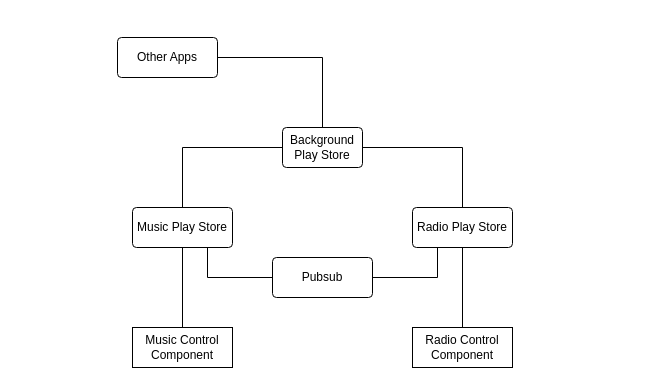
This is Untitled Diagram.drawio from TriTamLe/my-draws, a draw.io file, before an edit. Source tidied: cells renumbered, new cells numbered last; positions are measured from the earlier drawing's top-left corner, leaving out a move shared by most shapes. Both pictures are drawn from the tidied source at 100%, with x=0, y=0 at pixel (117, 37).
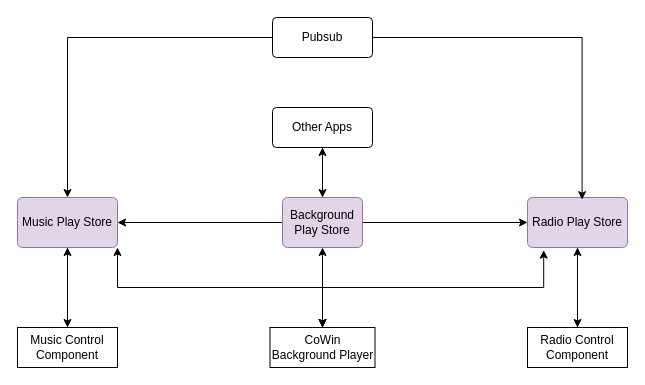
The same page after the edit.

Commit message:
Add cowin background and pubsub entity

What changed in the source:
```diff
@@
-    <mxCell id="2" style="edgeStyle=orthogonalEdgeStyle;rounded=0;jettySize=auto;html=1;entryX=0;entryY=0.5;entryDx=0;entryDy=0;endArrow=none;startFill=0;" parent="1" edge="1" source="3" target="6">
-      <mxGeometry relative="1" as="geometry">
-        <Array as="points">
-          <mxPoint x="65" y="110" />
-        </Array>
-      </mxGeometry>
-    </mxCell>
+    <mxCell id="16" style="edgeStyle=orthogonalEdgeStyle;rounded=0;jettySize=auto;html=1;" parent="1" edge="1" source="3" target="8">
+      <mxGeometry relative="1" as="geometry" />
+    </mxCell>
-    <mxCell id="3" value="Music Play Store" style="rounded=1;arcSize=10;whiteSpace=wrap;html=1;align=center;" parent="1" vertex="1">
-      <mxGeometry x="15" y="170" width="100" height="40" as="geometry" />
+    <mxCell id="3" value="Music Play Store" style="rounded=1;arcSize=10;whiteSpace=wrap;html=1;align=center;fillColor=#e1d5e7;strokeColor=#9673a6;" parent="1" vertex="1">
+      <mxGeometry x="-100" y="160" width="100" height="50" as="geometry" />
     </mxCell>
-    <mxCell id="4" style="edgeStyle=orthogonalEdgeStyle;rounded=0;jettySize=auto;html=1;entryX=1;entryY=0.5;entryDx=0;entryDy=0;endArrow=none;startFill=0;" parent="1" edge="1" source="5" target="6">
-      <mxGeometry relative="1" as="geometry">
-        <Array as="points">
-          <mxPoint x="345" y="110" />
-        </Array>
-      </mxGeometry>
-    </mxCell>
+    <mxCell id="17" style="edgeStyle=orthogonalEdgeStyle;rounded=0;jettySize=auto;html=1;" parent="1" edge="1" source="5" target="10">
+      <mxGeometry relative="1" as="geometry" />
+    </mxCell>
-    <mxCell id="5" value="Radio Play Store" style="rounded=1;arcSize=10;whiteSpace=wrap;html=1;align=center;" parent="1" vertex="1">
-      <mxGeometry x="295" y="170" width="100" height="40" as="geometry" />
+    <mxCell id="5" value="Radio Play Store" style="rounded=1;arcSize=10;whiteSpace=wrap;html=1;align=center;fillColor=#e1d5e7;strokeColor=#9673a6;" parent="1" vertex="1">
+      <mxGeometry x="410" y="160" width="100" height="50" as="geometry" />
     </mxCell>
+    <mxCell id="18" style="edgeStyle=orthogonalEdgeStyle;rounded=0;jettySize=auto;html=1;entryX=1;entryY=0.5;entryDx=0;entryDy=0;" parent="1" edge="1" source="6" target="3">
+      <mxGeometry relative="1" as="geometry" />
+    </mxCell>
+    <mxCell id="19" style="edgeStyle=orthogonalEdgeStyle;rounded=0;jettySize=auto;html=1;" parent="1" edge="1" source="6" target="5">
+      <mxGeometry relative="1" as="geometry" />
+    </mxCell>
+    <mxCell id="20" style="edgeStyle=orthogonalEdgeStyle;rounded=0;jettySize=auto;html=1;entryX=0.5;entryY=1;entryDx=0;entryDy=0;" parent="1" edge="1" source="6" target="12">
+      <mxGeometry relative="1" as="geometry" />
+    </mxCell>
-    <mxCell id="6" value="Background Play Store" style="rounded=1;arcSize=10;whiteSpace=wrap;html=1;align=center;" parent="1" vertex="1">
-      <mxGeometry x="165" y="90" width="80" height="40" as="geometry" />
+    <mxCell id="6" value="Background Play Store" style="rounded=1;arcSize=10;whiteSpace=wrap;html=1;align=center;fillColor=#e1d5e7;strokeColor=#9673a6;" parent="1" vertex="1">
+      <mxGeometry x="165" y="160" width="80" height="50" as="geometry" />
     </mxCell>
-    <mxCell id="7" style="edgeStyle=orthogonalEdgeStyle;rounded=0;jettySize=auto;html=1;entryX=0.5;entryY=1;entryDx=0;entryDy=0;endArrow=none;startFill=0;" parent="1" edge="1" source="8" target="3">
+    <mxCell id="7" style="edgeStyle=orthogonalEdgeStyle;rounded=0;jettySize=auto;html=1;entryX=0.5;entryY=1;entryDx=0;entryDy=0;" parent="1" edge="1" source="8" target="3">
       <mxGeometry relative="1" as="geometry" />
     </mxCell>
     <mxCell id="8" value="Music Control Component" style="whiteSpace=wrap;html=1;align=center;" parent="1" vertex="1">
-      <mxGeometry x="15" y="290" width="100" height="40" as="geometry" />
+      <mxGeometry x="-100" y="290" width="100" height="40" as="geometry" />
     </mxCell>
-    <mxCell id="9" style="edgeStyle=orthogonalEdgeStyle;rounded=0;jettySize=auto;html=1;entryX=0.5;entryY=1;entryDx=0;entryDy=0;endArrow=none;startFill=0;" parent="1" edge="1" source="10" target="5">
+    <mxCell id="9" style="edgeStyle=orthogonalEdgeStyle;rounded=0;jettySize=auto;html=1;entryX=0.5;entryY=1;entryDx=0;entryDy=0;" parent="1" edge="1" source="10" target="5">
       <mxGeometry relative="1" as="geometry" />
     </mxCell>
     <mxCell id="10" value="Radio Control Component" style="whiteSpace=wrap;html=1;align=center;" parent="1" vertex="1">
-      <mxGeometry x="295" y="290" width="100" height="40" as="geometry" />
+      <mxGeometry x="410" y="290" width="100" height="40" as="geometry" />
     </mxCell>
-    <mxCell id="11" style="edgeStyle=orthogonalEdgeStyle;rounded=0;jettySize=auto;html=1;entryX=0.5;entryY=0;entryDx=0;entryDy=0;endArrow=none;startFill=0;" parent="1" edge="1" source="12" target="6">
+    <mxCell id="11" style="edgeStyle=orthogonalEdgeStyle;rounded=0;jettySize=auto;html=1;entryX=0.5;entryY=0;entryDx=0;entryDy=0;" parent="1" edge="1" source="12" target="6">
       <mxGeometry relative="1" as="geometry" />
     </mxCell>
     <mxCell id="12" value="Other Apps" style="rounded=1;arcSize=10;whiteSpace=wrap;html=1;align=center;" parent="1" vertex="1">
-      <mxGeometry width="100" height="40" as="geometry" />
+      <mxGeometry x="155" y="70" width="100" height="40" as="geometry" />
     </mxCell>
-    <mxCell id="13" style="edgeStyle=orthogonalEdgeStyle;rounded=0;jettySize=auto;html=1;entryX=0.25;entryY=1;entryDx=0;entryDy=0;endArrow=none;startFill=0;" parent="1" edge="1" source="15" target="5">
-      <mxGeometry relative="1" as="geometry" />
-    </mxCell>
-    <mxCell id="14" style="edgeStyle=orthogonalEdgeStyle;rounded=0;jettySize=auto;html=1;entryX=0.75;entryY=1;entryDx=0;entryDy=0;endArrow=none;startFill=0;" parent="1" edge="1" source="15" target="3">
+    <mxCell id="14" style="edgeStyle=orthogonalEdgeStyle;rounded=0;jettySize=auto;html=1;entryX=0.5;entryY=0;entryDx=0;entryDy=0;" parent="1" edge="1" source="15" target="3">
       <mxGeometry relative="1" as="geometry" />
     </mxCell>
     <mxCell id="15" value="Pubsub" style="rounded=1;arcSize=10;whiteSpace=wrap;html=1;align=center;" parent="1" vertex="1">
-      <mxGeometry x="155" y="220" width="100" height="40" as="geometry" />
+      <mxGeometry x="155" y="-20" width="100" height="40" as="geometry" />
     </mxCell>
+    <mxCell id="21" style="edgeStyle=orthogonalEdgeStyle;rounded=0;jettySize=auto;html=1;entryX=1;entryY=1;entryDx=0;entryDy=0;startArrow=classic;startFill=1;" parent="1" edge="1" source="23" target="3">
+      <mxGeometry relative="1" as="geometry">
+        <Array as="points">
+          <mxPoint x="205" y="250" />
+          <mxPoint y="250" />
+        </Array>
+      </mxGeometry>
+    </mxCell>
+    <mxCell id="22" style="edgeStyle=orthogonalEdgeStyle;rounded=0;jettySize=auto;html=1;entryX=0.5;entryY=1;entryDx=0;entryDy=0;startArrow=classic;startFill=1;" parent="1" edge="1" source="23" target="6">
+      <mxGeometry relative="1" as="geometry" />
+    </mxCell>
+    <mxCell id="23" value="CoWin Background Player" style="whiteSpace=wrap;html=1;align=center;" parent="1" vertex="1">
+      <mxGeometry x="152.5" y="290" width="105" height="40" as="geometry" />
+    </mxCell>
+    <mxCell id="24" style="edgeStyle=orthogonalEdgeStyle;rounded=0;jettySize=auto;html=1;entryX=0.162;entryY=1.053;entryDx=0;entryDy=0;entryPerimeter=0;startArrow=classic;startFill=1;" parent="1" edge="1" source="23" target="5">
+      <mxGeometry relative="1" as="geometry">
+        <Array as="points">
+          <mxPoint x="205" y="250" />
+          <mxPoint x="426" y="250" />
+        </Array>
+      </mxGeometry>
+    </mxCell>
+    <mxCell id="13" style="edgeStyle=orthogonalEdgeStyle;rounded=0;jettySize=auto;html=1;entryX=0.546;entryY=0.043;entryDx=0;entryDy=0;entryPerimeter=0;" parent="1" edge="1" source="15" target="5">
+      <mxGeometry relative="1" as="geometry" />
+    </mxCell>
```
